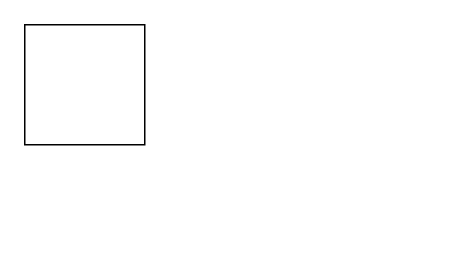
The draw.io diagram Diagrama sem nome.drawio in filipe-rogick/RPG-Los_Sanctos, before the edit. Source tidied: cells renumbered, new cells numbered last; positions are measured from the earlier drawing's top-left corner, leaving out a move shared by most shapes. Both pictures are drawn from the tidied source at 150%, with x=0, y=0 at pixel (24, 24).
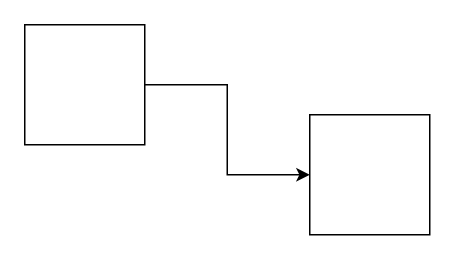
After the change.

What changed in the source:
```diff
@@
 <mxGraphModel>
   <root>
     <mxCell id="0" />
     <mxCell id="1" parent="0" />
+    <mxCell id="3" style="edgeStyle=orthogonalEdgeStyle;rounded=0;jettySize=auto;html=1;entryX=0;entryY=0.5;entryDx=0;entryDy=0;" parent="1" edge="1" source="2" target="4">
+      <mxGeometry relative="1" as="geometry" />
+    </mxCell>
     <mxCell id="2" style="whiteSpace=wrap;html=1;" parent="1" vertex="1">
       <mxGeometry width="80" height="80" as="geometry" />
     </mxCell>
+    <mxCell id="4" style="whiteSpace=wrap;html=1;" parent="1" vertex="1">
+      <mxGeometry x="190" y="60" width="80" height="80" as="geometry" />
+    </mxCell>
   </root>
 </mxGraphModel>
```
